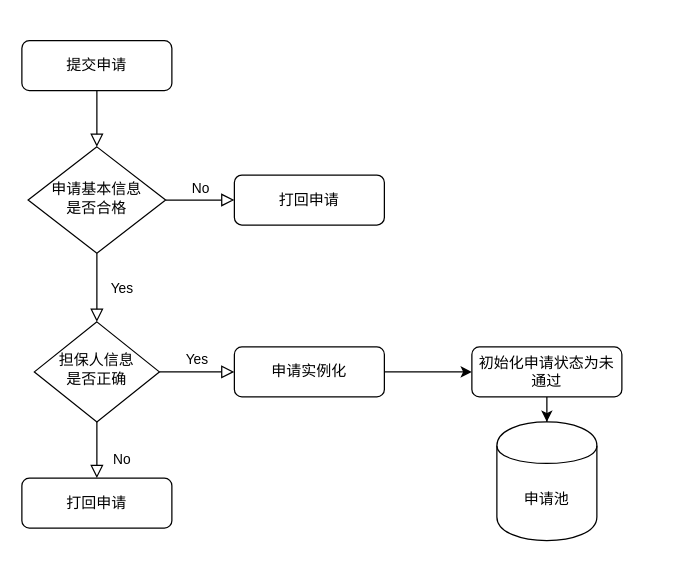
This is Untitled Diagram.drawio from 0lvpiche0/campus-outsiders-management, a draw.io file, before an edit. Source tidied: cells renumbered, new cells numbered last; positions are measured from the earlier drawing's top-left corner, leaving out a move shared by most shapes. Both pictures are drawn from the tidied source at 125%, with x=0, y=0 at pixel (21, 40).
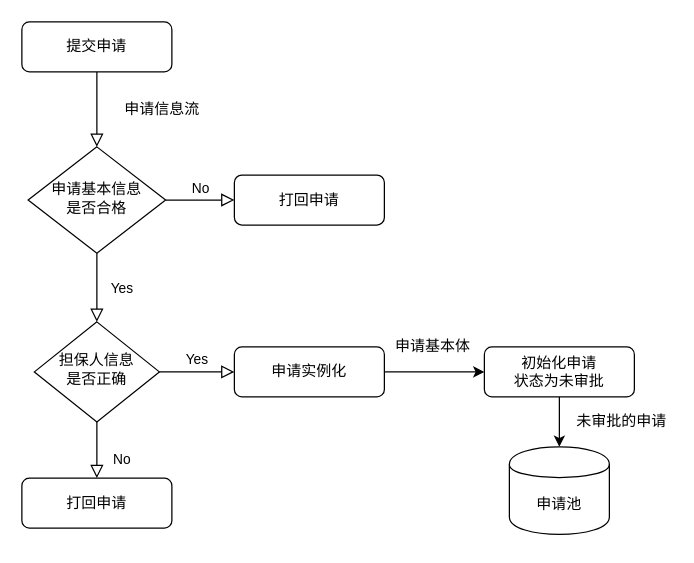
The same page after the edit.

What changed in the source:
```diff
@@
 <mxGraphModel>
   <root>
     <mxCell id="0" />
     <mxCell id="1" parent="0" />
     <mxCell id="2" style="rounded=0;html=1;jettySize=auto;fontSize=11;endArrow=block;endFill=0;endSize=8;strokeWidth=1;shadow=0;labelBackgroundColor=none;edgeStyle=orthogonalEdgeStyle;" parent="1" edge="1" source="3" target="6">
       <mxGeometry relative="1" as="geometry" />
     </mxCell>
     <mxCell id="3" value="提交申请" style="rounded=1;whiteSpace=wrap;html=1;fontSize=12;glass=0;strokeWidth=1;shadow=0;" parent="1" vertex="1">
-      <mxGeometry width="120" height="40" as="geometry" />
+      <mxGeometry y="-15" width="120" height="40" as="geometry" />
     </mxCell>
     <mxCell id="4" value="Yes" style="rounded=0;html=1;jettySize=auto;fontSize=11;endArrow=block;endFill=0;endSize=8;strokeWidth=1;shadow=0;labelBackgroundColor=none;edgeStyle=orthogonalEdgeStyle;" parent="1" edge="1" source="6" target="10">
       <mxGeometry y="20" relative="1" as="geometry" />
     </mxCell>
     <mxCell id="5" value="No" style="edgeStyle=orthogonalEdgeStyle;rounded=0;html=1;jettySize=auto;fontSize=11;endArrow=block;endFill=0;endSize=8;strokeWidth=1;shadow=0;labelBackgroundColor=none;" parent="1" edge="1" source="6" target="7">
       <mxGeometry y="10" relative="1" as="geometry" />
     </mxCell>
     <mxCell id="6" value="申请基本信息&lt;br&gt;是否合格" style="rhombus;whiteSpace=wrap;html=1;shadow=0;fontFamily=Helvetica;fontSize=12;align=center;strokeWidth=1;spacing=6;spacingTop=-4;" parent="1" vertex="1">
       <mxGeometry x="5" y="85" width="110" height="85" as="geometry" />
     </mxCell>
     <mxCell id="7" value="打回申请" style="rounded=1;whiteSpace=wrap;html=1;fontSize=12;glass=0;strokeWidth=1;shadow=0;" parent="1" vertex="1">
       <mxGeometry x="170" y="107.5" width="120" height="40" as="geometry" />
     </mxCell>
     <mxCell id="8" value="No" style="rounded=0;html=1;jettySize=auto;fontSize=11;endArrow=block;endFill=0;endSize=8;strokeWidth=1;shadow=0;labelBackgroundColor=none;edgeStyle=orthogonalEdgeStyle;" parent="1" edge="1" source="10" target="11">
       <mxGeometry x="0.33" y="20" relative="1" as="geometry" />
     </mxCell>
     <mxCell id="9" value="Yes" style="edgeStyle=orthogonalEdgeStyle;rounded=0;html=1;jettySize=auto;fontSize=11;endArrow=block;endFill=0;endSize=8;strokeWidth=1;shadow=0;labelBackgroundColor=none;" parent="1" edge="1" source="10" target="13">
       <mxGeometry y="10" relative="1" as="geometry" />
     </mxCell>
     <mxCell id="10" value="担保人信息&lt;br&gt;是否正确" style="rhombus;whiteSpace=wrap;html=1;shadow=0;fontFamily=Helvetica;fontSize=12;align=center;strokeWidth=1;spacing=6;spacingTop=-4;" parent="1" vertex="1">
       <mxGeometry x="10" y="225" width="100" height="80" as="geometry" />
     </mxCell>
     <mxCell id="11" value="打回申请" style="rounded=1;whiteSpace=wrap;html=1;fontSize=12;glass=0;strokeWidth=1;shadow=0;" parent="1" vertex="1">
       <mxGeometry y="350" width="120" height="40" as="geometry" />
     </mxCell>
     <mxCell id="12" style="edgeStyle=orthogonalEdgeStyle;rounded=0;jettySize=auto;html=1;" parent="1" edge="1" source="13" target="15">
       <mxGeometry relative="1" as="geometry" />
     </mxCell>
     <mxCell id="13" value="申请实例化" style="rounded=1;whiteSpace=wrap;html=1;fontSize=12;glass=0;strokeWidth=1;shadow=0;" parent="1" vertex="1">
       <mxGeometry x="170" y="245" width="120" height="40" as="geometry" />
     </mxCell>
     <mxCell id="14" style="edgeStyle=orthogonalEdgeStyle;rounded=0;jettySize=auto;html=1;" parent="1" edge="1" source="15" target="16">
       <mxGeometry relative="1" as="geometry" />
     </mxCell>
-    <mxCell id="15" value="初始化申请状态为未通过" style="rounded=1;whiteSpace=wrap;html=1;fontSize=12;glass=0;strokeWidth=1;shadow=0;" parent="1" vertex="1">
-      <mxGeometry x="360" y="245" width="120" height="40" as="geometry" />
+    <mxCell id="15" value="初始化申请&lt;br&gt;状态为未审批" style="rounded=1;whiteSpace=wrap;html=1;fontSize=12;glass=0;strokeWidth=1;shadow=0;" parent="1" vertex="1">
+      <mxGeometry x="370" y="245" width="120" height="40" as="geometry" />
     </mxCell>
     <mxCell id="16" value="申请池" style="shape=cylinder;whiteSpace=wrap;html=1;boundedLbl=1;backgroundOutline=1;rounded=1;shadow=0;strokeWidth=1;glass=0;" parent="1" vertex="1">
-      <mxGeometry x="380" y="305" width="80" height="95" as="geometry" />
+      <mxGeometry x="390" y="325" width="80" height="70" as="geometry" />
     </mxCell>
+    <mxCell id="17" value="申请信息流" style="text;html=1;strokeColor=none;fillColor=none;align=center;verticalAlign=middle;whiteSpace=wrap;rounded=0;" parent="1" vertex="1">
+      <mxGeometry x="75" y="45" width="75" height="20" as="geometry" />
+    </mxCell>
+    <mxCell id="18" value="申请基本体" style="text;html=1;strokeColor=none;fillColor=none;align=center;verticalAlign=middle;whiteSpace=wrap;rounded=0;" parent="1" vertex="1">
+      <mxGeometry x="294" y="235" width="70" height="20" as="geometry" />
+    </mxCell>
+    <mxCell id="19" value="未审批的申请" style="text;html=1;strokeColor=none;fillColor=none;align=center;verticalAlign=middle;whiteSpace=wrap;rounded=0;" parent="1" vertex="1">
+      <mxGeometry x="440" y="295" width="80" height="20" as="geometry" />
+    </mxCell>
   </root>
 </mxGraphModel>
```
